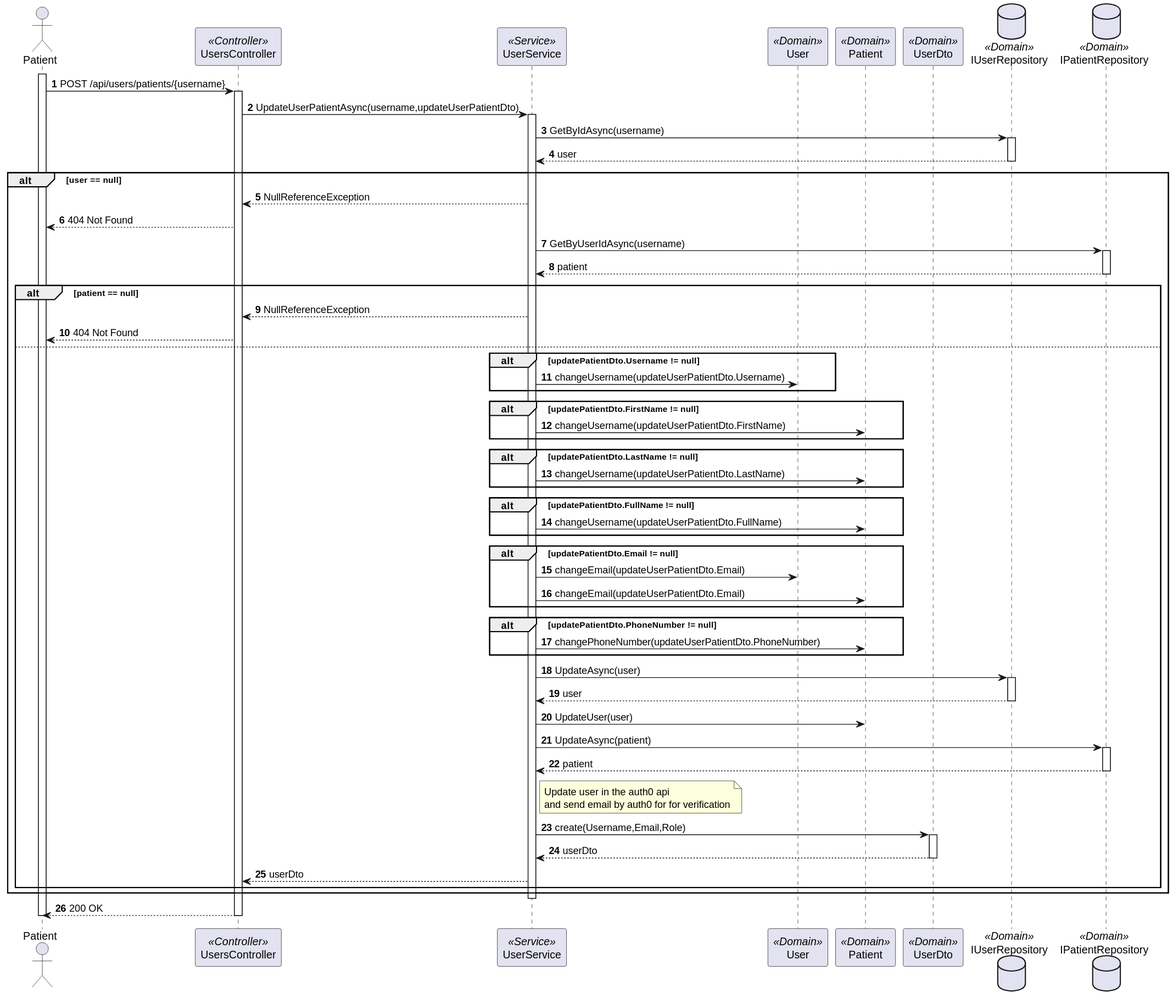
This is docs/sprint-a/us-5.1.4/views/level3/process-view-2.svg from 1220846/sem5pi-24-25-3ddg20, a PlantUML export, as it was before one commit. Source of this version:
```plantuml
@startuml
autonumber

actor "Patient" as PatientActor
participant "UsersController" as Controller <<Controller>>
participant "UserService" as Service <<Service>>
participant "User" as User <<Domain>>
participant "Patient" as Patient <<Domain>>
participant "UserDto" as UserDto <<Domain>>
database "IUserRepository" as UserRepository <<Domain>>
database "IPatientRepository" as PatientRepository <<Domain>>

activate PatientActor

    PatientActor-> Controller : POST /api/users/patients/{username}

    activate Controller

        Controller -> Service : UpdateUserPatientAsync(username,updateUserPatientDto)

        activate Service

            Service -> UserRepository : GetByIdAsync(username)

            activate UserRepository

                UserRepository --> Service  : user

            deactivate UserRepository

            alt user == null

                Service --> Controller : NullReferenceException

                PatientActor <-- Controller : 404 Not Found

            Service -> PatientRepository : GetByUserIdAsync(username)

            activate PatientRepository

                PatientRepository --> Service : patient

            deactivate PatientRepository

            alt patient == null

                Service --> Controller : NullReferenceException

                PatientActor <-- Controller : 404 Not Found

            else

                alt  updatePatientDto.Username != null
                    Service -> User : changeUsername(updateUserPatientDto.Username)
                end

                alt  updatePatientDto.FirstName != null
                    Service -> Patient : changeUsername(updateUserPatientDto.FirstName)
                end

                alt  updatePatientDto.LastName != null
                    Service -> Patient : changeUsername(updateUserPatientDto.LastName)
                end

                alt  updatePatientDto.FullName != null
                    Service -> Patient : changeUsername(updateUserPatientDto.FullName)
                end

                alt  updatePatientDto.Email != null
                    Service -> User : changeEmail(updateUserPatientDto.Email)
                    Service -> Patient : changeEmail(updateUserPatientDto.Email)
                end

                alt  updatePatientDto.PhoneNumber != null
                    Service -> Patient : changePhoneNumber(updateUserPatientDto.PhoneNumber)
                end

                Service  -> UserRepository : UpdateAsync(user)

                activate UserRepository

                    UserRepository --> Service : user

                deactivate UserRepository

                Service -> Patient : UpdateUser(user)

                Service -> PatientRepository : UpdateAsync(patient)

                activate PatientRepository

                    PatientRepository -->  Service : patient

                deactivate PatientRepository

                Note  right of Service: Update user in the auth0 api \nand send email by auth0 for for verification

                Service -> UserDto : create(Username,Email,Role)

                activate UserDto

                    UserDto --> Service : userDto

                deactivate UserDto

                Service --> Controller : userDto
            end
            end

        deactivate Service

        PatientActor <-- Controller : 200 OK

    deactivate Controller

deactivate PatientActor
@enduml
```
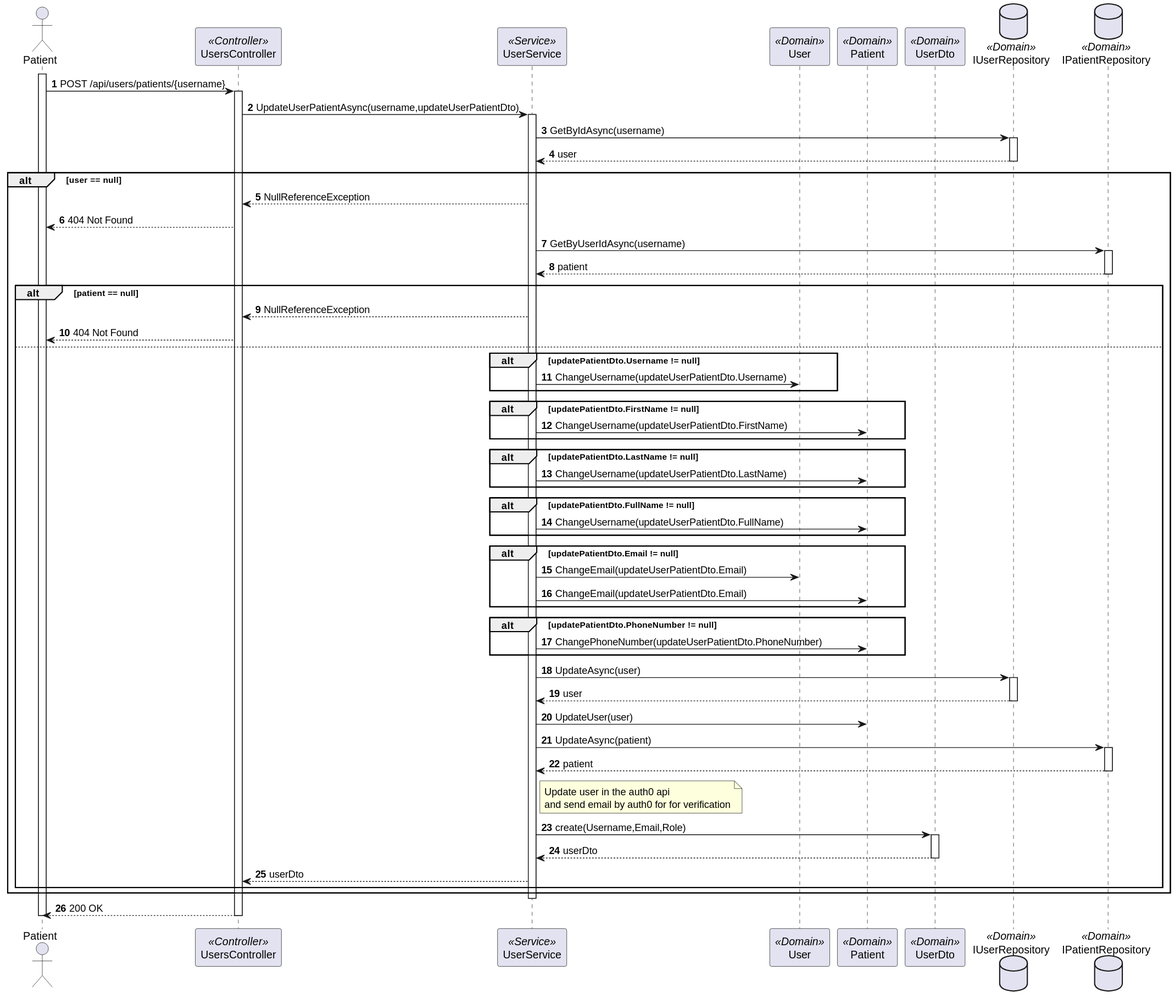
The same file after the commit.

Commit message:
docs: fix process-view level 3 #4

What changed in the source:
```diff
@@ -51,28 +51,28 @@
             else
 
                 alt  updatePatientDto.Username != null
-                    Service -> User : changeUsername(updateUserPatientDto.Username)
+                    Service -> User : ChangeUsername(updateUserPatientDto.Username)
                 end
 
                 alt  updatePatientDto.FirstName != null
-                    Service -> Patient : changeUsername(updateUserPatientDto.FirstName)
+                    Service -> Patient : ChangeUsername(updateUserPatientDto.FirstName)
                 end
 
                 alt  updatePatientDto.LastName != null
-                    Service -> Patient : changeUsername(updateUserPatientDto.LastName)
+                    Service -> Patient : ChangeUsername(updateUserPatientDto.LastName)
                 end
 
                 alt  updatePatientDto.FullName != null
-                    Service -> Patient : changeUsername(updateUserPatientDto.FullName)
+                    Service -> Patient : ChangeUsername(updateUserPatientDto.FullName)
                 end
 
                 alt  updatePatientDto.Email != null
-                    Service -> User : changeEmail(updateUserPatientDto.Email)
-                    Service -> Patient : changeEmail(updateUserPatientDto.Email)
+                    Service -> User : ChangeEmail(updateUserPatientDto.Email)
+                    Service -> Patient : ChangeEmail(updateUserPatientDto.Email)
                 end
 
                 alt  updatePatientDto.PhoneNumber != null
-                    Service -> Patient : changePhoneNumber(updateUserPatientDto.PhoneNumber)
+                    Service -> Patient : ChangePhoneNumber(updateUserPatientDto.PhoneNumber)
                 end
 
                 Service  -> UserRepository : UpdateAsync(user)
```
